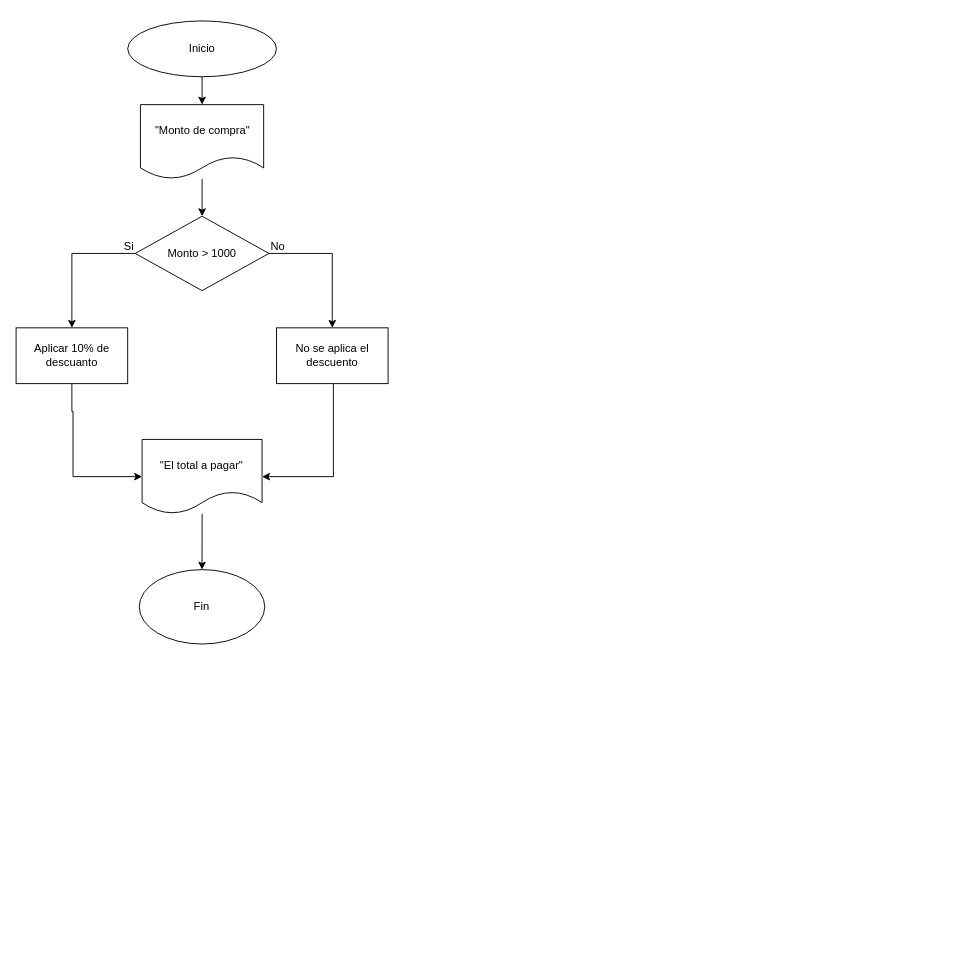
Above: Lab - 2 Ejercicio 5.drawio in CarlosUanl/Trabajos-MDLP--3-oportunidad- (draw.io), before the change. Source tidied: cells renumbered, new cells numbered last; positions are measured from the earlier drawing's top-left corner, leaving out a move shared by most shapes. Both pictures are drawn from the tidied source at 93%, with x=0, y=0 at pixel (16, 20).
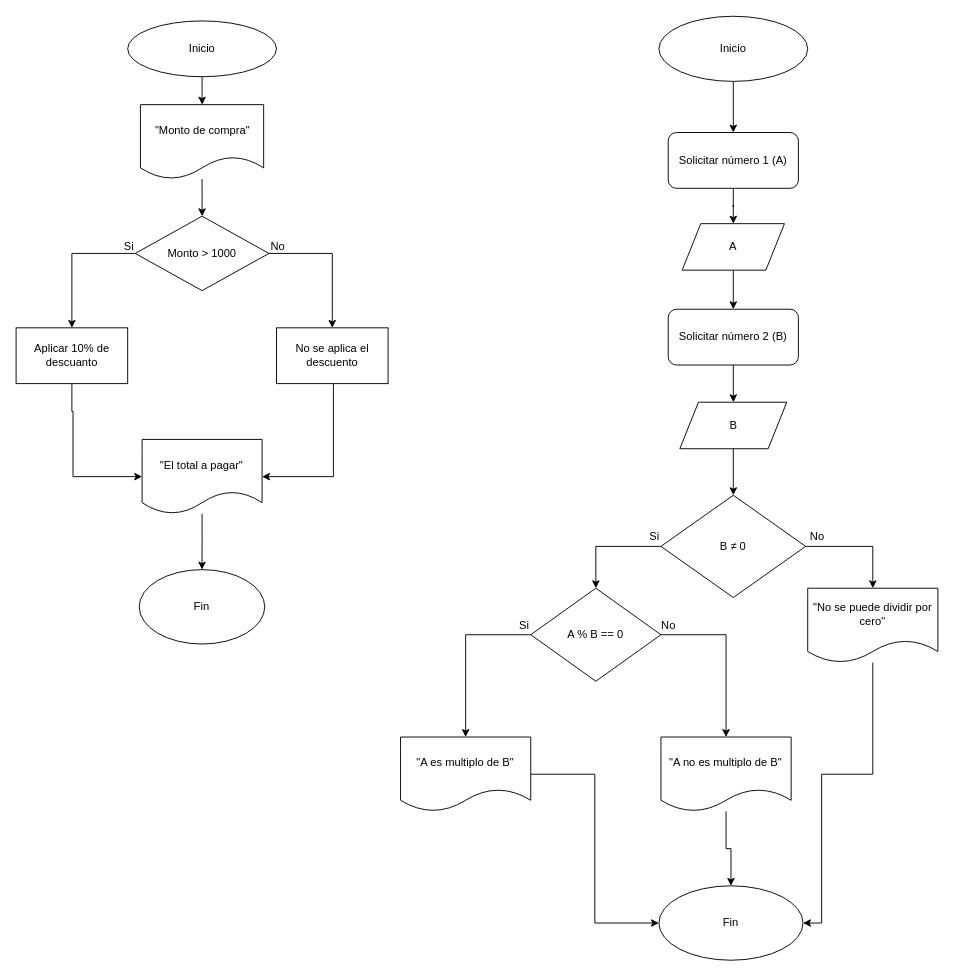
The same page after the edit.

Commit message:
Lab - 2 Ejercicio 5 y 6.drawio

What changed in the source:
```diff
@@
+    <mxCell id="18" style="edgeStyle=orthogonalEdgeStyle;rounded=0;jettySize=auto;html=1;entryX=0.5;entryY=0;entryDx=0;entryDy=0;" parent="1" edge="1" source="19" target="21">
+      <mxGeometry relative="1" as="geometry" />
+    </mxCell>
+    <mxCell id="19" value="Inicio" style="ellipse;whiteSpace=wrap;html=1;" parent="1" vertex="1">
+      <mxGeometry x="691" y="-5" width="160" height="70" as="geometry" />
+    </mxCell>
+    <mxCell id="20" style="edgeStyle=orthogonalEdgeStyle;rounded=0;jettySize=auto;html=1;" parent="1" edge="1" source="21" target="23">
+      <mxGeometry relative="1" as="geometry" />
+    </mxCell>
+    <mxCell id="21" value="Solicitar número 1 (A)" style="rounded=1;whiteSpace=wrap;html=1;" parent="1" vertex="1">
+      <mxGeometry x="701" y="120" width="140" height="60" as="geometry" />
+    </mxCell>
+    <mxCell id="22" style="edgeStyle=orthogonalEdgeStyle;rounded=0;jettySize=auto;html=1;entryX=0.5;entryY=0;entryDx=0;entryDy=0;" parent="1" edge="1" source="23" target="25">
+      <mxGeometry relative="1" as="geometry" />
+    </mxCell>
+    <mxCell id="23" value="A" style="shape=parallelogram;perimeter=parallelogramPerimeter;whiteSpace=wrap;html=1;fixedSize=1;" parent="1" vertex="1">
+      <mxGeometry x="716" y="218" width="110" height="50" as="geometry" />
+    </mxCell>
+    <mxCell id="24" style="edgeStyle=orthogonalEdgeStyle;rounded=0;jettySize=auto;html=1;entryX=0.5;entryY=0;entryDx=0;entryDy=0;" parent="1" edge="1" source="25" target="27">
+      <mxGeometry relative="1" as="geometry" />
+    </mxCell>
+    <mxCell id="25" value="Solicitar número 2 (B)" style="rounded=1;whiteSpace=wrap;html=1;" parent="1" vertex="1">
+      <mxGeometry x="701" y="310" width="140" height="60" as="geometry" />
+    </mxCell>
+    <mxCell id="26" style="edgeStyle=orthogonalEdgeStyle;rounded=0;jettySize=auto;html=1;" parent="1" edge="1" source="27" target="30">
+      <mxGeometry relative="1" as="geometry" />
+    </mxCell>
+    <mxCell id="27" value="B" style="shape=parallelogram;perimeter=parallelogramPerimeter;whiteSpace=wrap;html=1;fixedSize=1;" parent="1" vertex="1">
+      <mxGeometry x="713.5" y="410" width="115" height="50" as="geometry" />
+    </mxCell>
+    <mxCell id="28" style="edgeStyle=orthogonalEdgeStyle;rounded=0;jettySize=auto;html=1;entryX=0.5;entryY=0;entryDx=0;entryDy=0;" parent="1" edge="1" source="30" target="32">
+      <mxGeometry relative="1" as="geometry" />
+    </mxCell>
+    <mxCell id="29" style="edgeStyle=orthogonalEdgeStyle;rounded=0;jettySize=auto;html=1;entryX=0.5;entryY=0;entryDx=0;entryDy=0;" parent="1" edge="1" source="30" target="35">
+      <mxGeometry relative="1" as="geometry">
+        <Array as="points">
+          <mxPoint x="623" y="565" />
+        </Array>
+      </mxGeometry>
+    </mxCell>
+    <mxCell id="30" value="B&amp;nbsp;≠ 0" style="rhombus;whiteSpace=wrap;html=1;" parent="1" vertex="1">
+      <mxGeometry x="693.2" y="510" width="155.6" height="110" as="geometry" />
+    </mxCell>
+    <mxCell id="31" style="edgeStyle=orthogonalEdgeStyle;rounded=0;jettySize=auto;html=1;entryX=1;entryY=0.5;entryDx=0;entryDy=0;" parent="1" edge="1" source="32" target="44">
+      <mxGeometry relative="1" as="geometry">
+        <Array as="points">
+          <mxPoint x="921" y="810" />
+          <mxPoint x="866" y="810" />
+          <mxPoint x="866" y="970" />
+        </Array>
+      </mxGeometry>
+    </mxCell>
+    <mxCell id="32" value="&quot;No se puede dividir por cero&quot;" style="shape=document;whiteSpace=wrap;html=1;boundedLbl=1;" parent="1" vertex="1">
+      <mxGeometry x="851" y="610" width="140" height="80" as="geometry" />
+    </mxCell>
+    <mxCell id="33" style="edgeStyle=orthogonalEdgeStyle;rounded=0;jettySize=auto;html=1;entryX=0.5;entryY=0;entryDx=0;entryDy=0;" parent="1" edge="1" source="35" target="41">
+      <mxGeometry relative="1" as="geometry">
+        <Array as="points">
+          <mxPoint x="763" y="660" />
+        </Array>
+      </mxGeometry>
+    </mxCell>
+    <mxCell id="34" style="edgeStyle=orthogonalEdgeStyle;rounded=0;jettySize=auto;html=1;entryX=0.5;entryY=0;entryDx=0;entryDy=0;" parent="1" edge="1" source="35" target="39">
+      <mxGeometry relative="1" as="geometry">
+        <Array as="points">
+          <mxPoint x="483" y="660" />
+        </Array>
+      </mxGeometry>
+    </mxCell>
+    <mxCell id="35" value="A % B == 0" style="rhombus;whiteSpace=wrap;html=1;" parent="1" vertex="1">
+      <mxGeometry x="553.2" y="610" width="140" height="100" as="geometry" />
+    </mxCell>
+    <mxCell id="36" value="No" style="text;html=1;align=center;verticalAlign=middle;strokeColor=none;fillColor=none;" parent="1" vertex="1">
+      <mxGeometry x="841" y="540" width="40" height="30" as="geometry" />
+    </mxCell>
+    <mxCell id="37" value="Si" style="text;html=1;align=center;verticalAlign=middle;strokeColor=none;fillColor=none;" parent="1" vertex="1">
+      <mxGeometry x="671" y="540" width="30" height="30" as="geometry" />
+    </mxCell>
+    <mxCell id="38" style="edgeStyle=orthogonalEdgeStyle;rounded=0;jettySize=auto;html=1;entryX=0;entryY=0.5;entryDx=0;entryDy=0;" parent="1" edge="1" source="39" target="44">
+      <mxGeometry relative="1" as="geometry" />
+    </mxCell>
+    <mxCell id="39" value="&quot;A es multiplo de B&quot;" style="shape=document;whiteSpace=wrap;html=1;boundedLbl=1;" parent="1" vertex="1">
+      <mxGeometry x="413.2" y="770" width="140" height="80" as="geometry" />
+    </mxCell>
+    <mxCell id="40" style="edgeStyle=orthogonalEdgeStyle;rounded=0;jettySize=auto;html=1;" parent="1" edge="1" source="41" target="44">
+      <mxGeometry relative="1" as="geometry" />
+    </mxCell>
+    <mxCell id="41" value="&quot;A no es multiplo de B&quot;" style="shape=document;whiteSpace=wrap;html=1;boundedLbl=1;" parent="1" vertex="1">
+      <mxGeometry x="693.2" y="770" width="140" height="80" as="geometry" />
+    </mxCell>
+    <mxCell id="42" value="Si" style="text;html=1;align=center;verticalAlign=middle;strokeColor=none;fillColor=none;" parent="1" vertex="1">
+      <mxGeometry x="531" y="635" width="30" height="30" as="geometry" />
+    </mxCell>
+    <mxCell id="43" value="No" style="text;html=1;align=center;verticalAlign=middle;strokeColor=none;fillColor=none;" parent="1" vertex="1">
+      <mxGeometry x="681" y="635" width="40" height="30" as="geometry" />
+    </mxCell>
+    <mxCell id="44" value="Fin" style="ellipse;whiteSpace=wrap;html=1;" parent="1" vertex="1">
+      <mxGeometry x="691" y="930" width="155" height="80" as="geometry" />
+    </mxCell>
```
